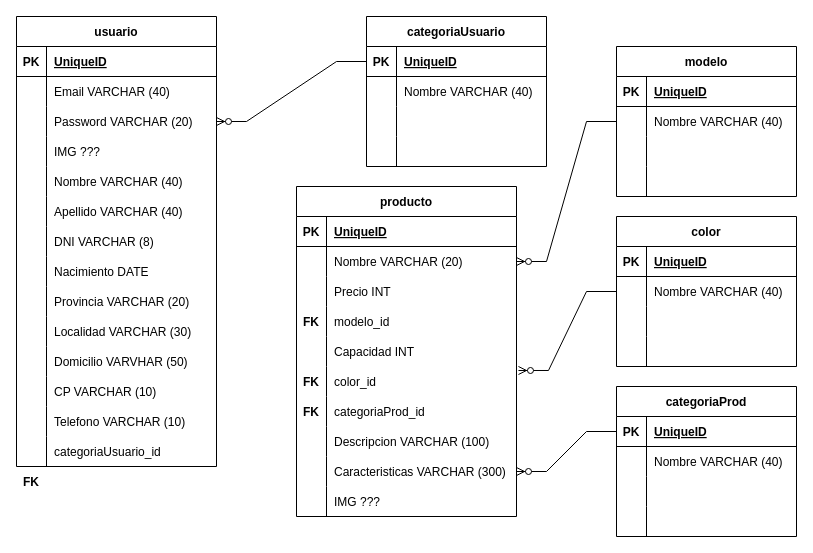
The draw.io diagram public/Oh my Apple.drawio in maticagnin/grupo_6_ohmyapple, before the edit. Source tidied: cells renumbered, new cells numbered last; positions are measured from the earlier drawing's top-left corner, leaving out a move shared by most shapes. Both pictures are drawn from the tidied source at 100%, with x=0, y=0 at pixel (16, 16).
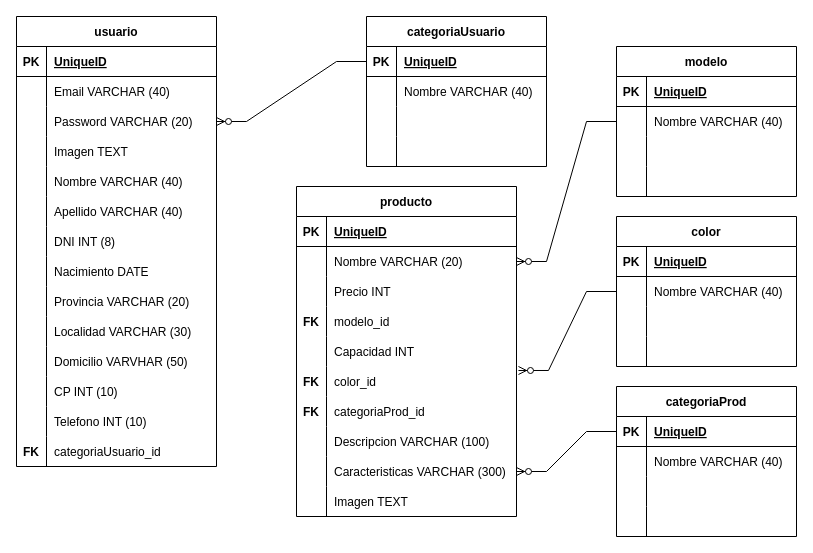
Above is the later version.

Commit message:
Cambios en DataTypes

The change refers to these unchanged cells:
```xml
<mxCell id="12" style="shape=tableRow;horizontal=0;startSize=0;swimlaneHead=0;swimlaneBody=0;fillColor=none;top=0;left=0;right=0;bottom=0;" parent="2" vertex="1">
  <mxGeometry y="120" width="200" height="30" as="geometry" />
</mxCell>
<mxCell id="21" style="shape=tableRow;horizontal=0;startSize=0;swimlaneHead=0;swimlaneBody=0;fillColor=none;top=0;left=0;right=0;bottom=0;" parent="2" vertex="1">
  <mxGeometry y="210" width="200" height="30" as="geometry" />
</mxCell>
<mxCell id="36" style="shape=tableRow;horizontal=0;startSize=0;swimlaneHead=0;swimlaneBody=0;fillColor=none;top=0;left=0;right=0;bottom=0;" parent="2" vertex="1">
  <mxGeometry y="360" width="200" height="30" as="geometry" />
</mxCell>
<mxCell id="39" style="shape=tableRow;horizontal=0;startSize=0;swimlaneHead=0;swimlaneBody=0;fillColor=none;top=0;left=0;right=0;bottom=0;" parent="2" vertex="1">
  <mxGeometry y="390" width="200" height="30" as="geometry" />
</mxCell>
<mxCell id="87" style="shape=tableRow;horizontal=0;startSize=0;swimlaneHead=0;swimlaneBody=0;fillColor=none;top=0;left=0;right=0;bottom=0;" parent="59" vertex="1">
  <mxGeometry y="300" width="220" height="30" as="geometry" />
</mxCell>
```

What changed in the source:
```diff
@@
-    <mxCell id="14" value="IMG ???" style="shape=partialRectangle;fillColor=none;top=0;left=0;bottom=0;right=0;align=left;spacingLeft=6;overflow=hidden;" parent="12" vertex="1">
+    <mxCell id="14" value="Imagen TEXT" style="shape=partialRectangle;fillColor=none;top=0;left=0;bottom=0;right=0;align=left;spacingLeft=6;overflow=hidden;" parent="12" vertex="1">
       <mxGeometry x="30" width="170" height="30" as="geometry" />
     </mxCell>
@@
-    <mxCell id="23" value="DNI VARCHAR (8)" style="shape=partialRectangle;fillColor=none;top=0;left=0;bottom=0;right=0;align=left;spacingLeft=6;overflow=hidden;" parent="21" vertex="1">
+    <mxCell id="23" value="DNI INT (8)" style="shape=partialRectangle;fillColor=none;top=0;left=0;bottom=0;right=0;align=left;spacingLeft=6;overflow=hidden;" parent="21" vertex="1">
       <mxGeometry x="30" width="170" height="30" as="geometry" />
     </mxCell>
@@
-    <mxCell id="38" value="CP VARCHAR (10)" style="shape=partialRectangle;fillColor=none;top=0;left=0;bottom=0;right=0;align=left;spacingLeft=6;overflow=hidden;" parent="36" vertex="1">
+    <mxCell id="38" value="CP INT (10)" style="shape=partialRectangle;fillColor=none;top=0;left=0;bottom=0;right=0;align=left;spacingLeft=6;overflow=hidden;" parent="36" vertex="1">
       <mxGeometry x="30" width="170" height="30" as="geometry" />
     </mxCell>
@@
-    <mxCell id="41" value="Telefono VARCHAR (10)" style="shape=partialRectangle;fillColor=none;top=0;left=0;bottom=0;right=0;align=left;spacingLeft=6;overflow=hidden;" parent="39" vertex="1">
+    <mxCell id="41" value="Telefono INT (10)" style="shape=partialRectangle;fillColor=none;top=0;left=0;bottom=0;right=0;align=left;spacingLeft=6;overflow=hidden;" parent="39" vertex="1">
       <mxGeometry x="30" width="170" height="30" as="geometry" />
     </mxCell>
@@
     <mxCell id="45" value="FK" style="shape=partialRectangle;fillColor=none;top=0;left=0;bottom=0;right=0;fontStyle=1;overflow=hidden;" parent="1" vertex="1">
-      <mxGeometry y="450" width="30" height="30" as="geometry" />
+      <mxGeometry y="420" width="30" height="30" as="geometry" />
     </mxCell>
@@
-    <mxCell id="89" value="IMG ???" style="shape=partialRectangle;fillColor=none;top=0;left=0;bottom=0;right=0;align=left;spacingLeft=6;overflow=hidden;" parent="87" vertex="1">
+    <mxCell id="89" value="Imagen TEXT" style="shape=partialRectangle;fillColor=none;top=0;left=0;bottom=0;right=0;align=left;spacingLeft=6;overflow=hidden;" parent="87" vertex="1">
       <mxGeometry x="30" width="190" height="30" as="geometry" />
     </mxCell>
```
